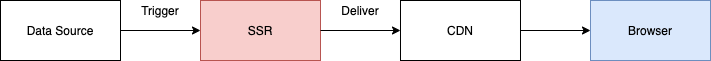
Earlier version of the draw.io export img/igr-ssg-improved.png (brandonxiang/keynote). Source tidied: cells renumbered, new cells last; positions are measured from the earlier drawing's top-left corner, leaving out a move shared by most shapes.
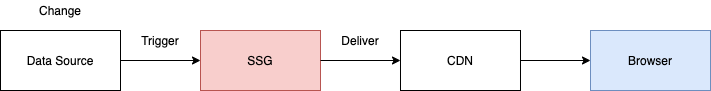
The same file after the commit.

Change to the diagram source:
```diff
@@ -2,7 +2,7 @@
   <root>
     <mxCell id="0" />
     <mxCell id="1" parent="0" />
-    <mxCell id="2" value="SSR" style="rounded=0;whiteSpace=wrap;html=1;fillColor=#f8cecc;strokeColor=#b85450;" parent="1" vertex="1">
+    <mxCell id="2" value="SSG" style="rounded=0;whiteSpace=wrap;html=1;fillColor=#f8cecc;strokeColor=#b85450;" parent="1" vertex="1">
       <mxGeometry x="200" width="120" height="60" as="geometry" />
     </mxCell>
     <mxCell id="3" value="Data Source" style="rounded=0;whiteSpace=wrap;html=1;" parent="1" vertex="1">
@@ -29,5 +29,8 @@
     <mxCell id="10" value="Deliver" style="text;html=1;strokeColor=none;fillColor=none;align=center;verticalAlign=middle;whiteSpace=wrap;rounded=0;" parent="1" vertex="1">
       <mxGeometry x="340" width="40" height="20" as="geometry" />
     </mxCell>
+    <mxCell id="11" value="Change" style="text;html=1;strokeColor=none;fillColor=none;align=center;verticalAlign=middle;whiteSpace=wrap;rounded=0;dashed=1;" parent="1" vertex="1">
+      <mxGeometry x="40" y="-30" width="40" height="20" as="geometry" />
+    </mxCell>
   </root>
 </mxGraphModel>
```
